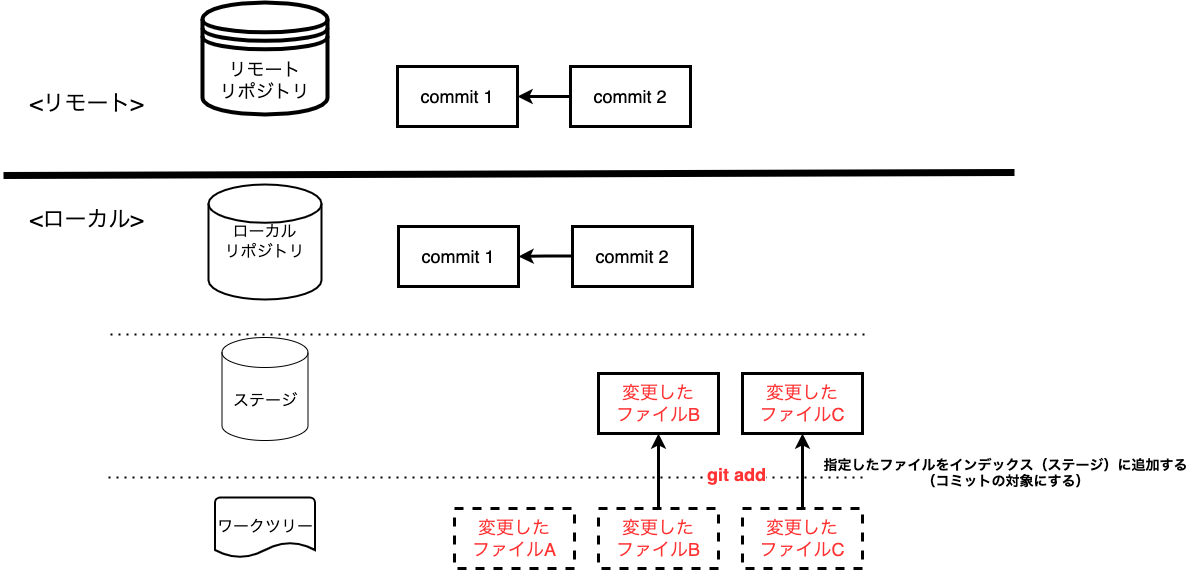
Earlier version of the draw.io export assets/image/Git勉強会_コマンドイメージ図-add.drawio.png (irongineer/learning-git-for-team). Source tidied: cells renumbered, new cells last; positions are measured from the earlier drawing's top-left corner, leaving out a move shared by most shapes.
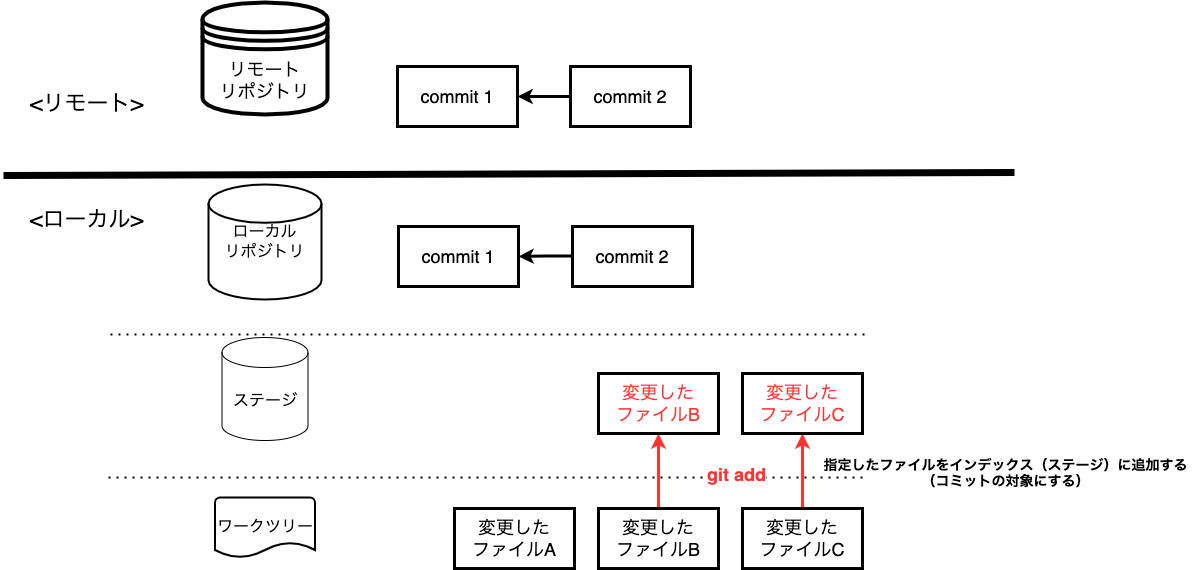
Later version of the same file.

Diff of the diagram source:
```diff
@@ -26,7 +26,7 @@
     <mxCell id="6" value="&lt;font style=&quot;font-size: 22px&quot;&gt;&amp;lt;リモート&amp;gt;&lt;/font&gt;" style="text;html=1;align=center;verticalAlign=middle;strokeColor=none;fillColor=none;" parent="1" vertex="1">
       <mxGeometry x="21" y="91" width="124" height="21" as="geometry" />
     </mxCell>
-    <mxCell id="7" style="edgeStyle=orthogonalEdgeStyle;rounded=0;jettySize=auto;html=1;fontSize=18;strokeWidth=3;entryX=0.5;entryY=1;entryDx=0;entryDy=0;exitX=0.5;exitY=0;exitDx=0;exitDy=0;" parent="1" edge="1" source="12" target="13">
+    <mxCell id="7" style="edgeStyle=orthogonalEdgeStyle;rounded=0;jettySize=auto;html=1;fontSize=18;strokeWidth=3;entryX=0.5;entryY=1;entryDx=0;entryDy=0;exitX=0.5;exitY=0;exitDx=0;exitDy=0;strokeColor=#FF3333;" parent="1" edge="1" source="12" target="13">
       <mxGeometry relative="1" as="geometry" />
     </mxCell>
     <mxCell id="8" value="ローカル&lt;br&gt;リポジトリ" style="strokeWidth=2;html=1;shape=mxgraph.flowchart.database;whiteSpace=wrap;fontSize=16;" parent="1" vertex="1">
@@ -41,7 +41,7 @@
     <mxCell id="11" value="リモート&lt;br style=&quot;font-size: 18px;&quot;&gt;リポジトリ" style="shape=datastore;whiteSpace=wrap;html=1;fontSize=18;strokeWidth=4;" parent="1" vertex="1">
       <mxGeometry x="199" width="125" height="112" as="geometry" />
     </mxCell>
-    <mxCell id="12" value="変更した&lt;br&gt;ファイルC" style="whiteSpace=wrap;html=1;fontSize=18;fontColor=#FF3333;strokeWidth=3;dashed=1;" parent="1" vertex="1">
+    <mxCell id="12" value="変更した&lt;br&gt;ファイルC" style="whiteSpace=wrap;html=1;fontSize=18;fontColor=#000000;strokeWidth=3;" parent="1" vertex="1">
       <mxGeometry x="739" y="506" width="120" height="60" as="geometry" />
     </mxCell>
     <mxCell id="13" value="変更した&lt;br&gt;ファイルC" style="whiteSpace=wrap;html=1;fontSize=18;fontColor=#FF3333;strokeWidth=3;" parent="1" vertex="1">
@@ -72,16 +72,16 @@
     <mxCell id="20" value="&lt;font color=&quot;#000000&quot;&gt;commit 2&lt;/font&gt;" style="whiteSpace=wrap;html=1;fontSize=18;fontColor=#FF3333;strokeWidth=3;" parent="1" vertex="1">
       <mxGeometry x="567" y="64" width="120" height="60" as="geometry" />
     </mxCell>
-    <mxCell id="21" style="edgeStyle=orthogonalEdgeStyle;rounded=0;jettySize=auto;html=1;strokeWidth=3;" parent="1" edge="1" source="22" target="23">
+    <mxCell id="21" style="edgeStyle=orthogonalEdgeStyle;rounded=0;jettySize=auto;html=1;strokeWidth=3;strokeColor=#FF3333;" parent="1" edge="1" source="22" target="23">
       <mxGeometry relative="1" as="geometry" />
     </mxCell>
-    <mxCell id="22" value="変更した&lt;br&gt;ファイルB" style="whiteSpace=wrap;html=1;fontSize=18;fontColor=#FF3333;strokeWidth=3;dashed=1;" parent="1" vertex="1">
+    <mxCell id="22" value="変更した&lt;br&gt;ファイルB" style="whiteSpace=wrap;html=1;fontSize=18;fontColor=#000000;strokeWidth=3;" parent="1" vertex="1">
       <mxGeometry x="595" y="506" width="120" height="60" as="geometry" />
     </mxCell>
     <mxCell id="23" value="変更した&lt;br&gt;ファイルB" style="whiteSpace=wrap;html=1;fontSize=18;fontColor=#FF3333;strokeWidth=3;" parent="1" vertex="1">
       <mxGeometry x="595" y="371" width="120" height="60" as="geometry" />
     </mxCell>
-    <mxCell id="24" value="変更した&lt;br&gt;ファイルA" style="whiteSpace=wrap;html=1;fontSize=18;fontColor=#FF3333;strokeWidth=3;dashed=1;" parent="1" vertex="1">
+    <mxCell id="24" value="変更した&lt;br&gt;ファイルA" style="whiteSpace=wrap;html=1;fontSize=18;fontColor=#000000;strokeWidth=3;" parent="1" vertex="1">
       <mxGeometry x="451" y="506" width="120" height="60" as="geometry" />
     </mxCell>
     <mxCell id="25" value="&lt;font color=&quot;#ff3333&quot;&gt;&lt;b&gt;git add&lt;/b&gt;&lt;/font&gt;" style="edgeLabel;html=1;align=center;verticalAlign=middle;fontSize=18;" parent="1" vertex="1">
```
